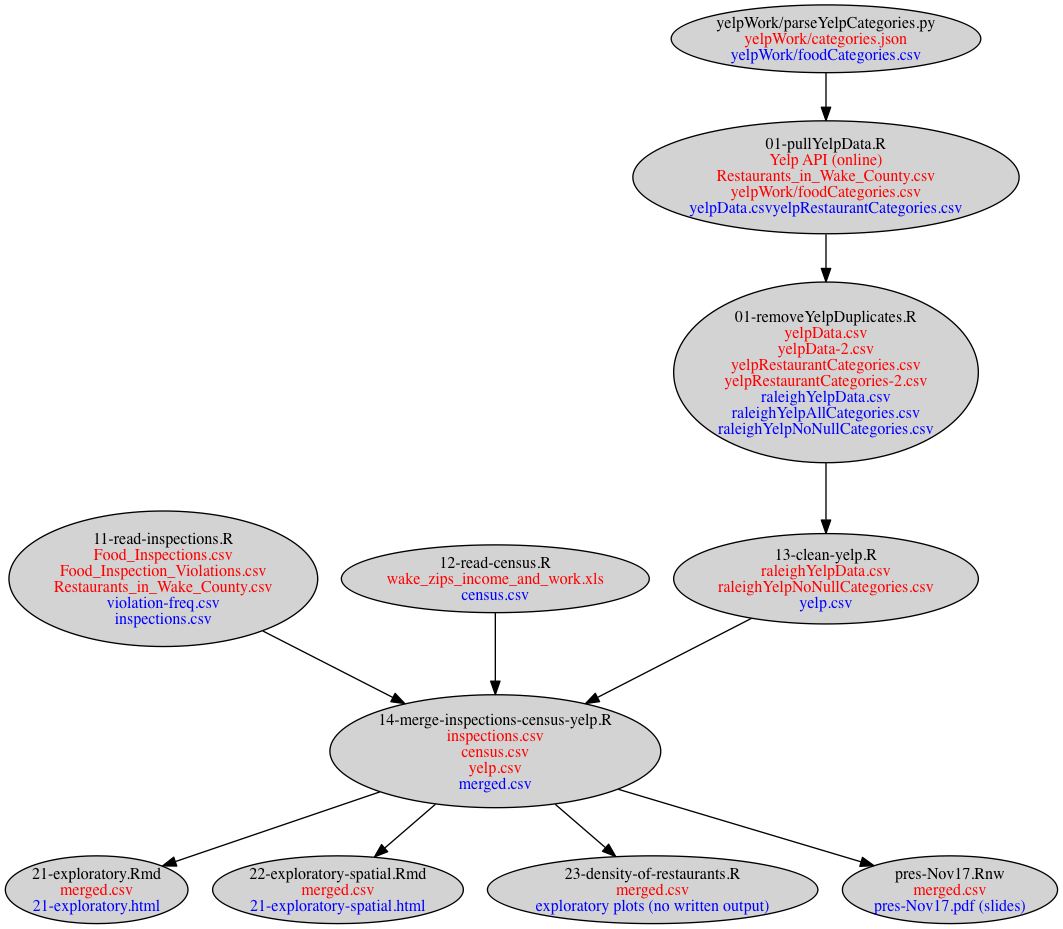
Earlier version of the Graphviz export raleigh/doc/workflow.png (iscoe/restaurant_inspections). Its source is kept beside it as raleigh/doc/workflow.dot. The source it was exported from:
```dot
digraph Workflow {
  # Nodes.

  {
  ratio = "compress"
  nodesep = 0.1

  # Nodes
  node [margin=0 fontcolor=black fontsize=12 width=0.5 shape=ellipse style=filled]

  readInspections [label=<11-read-inspections.R<br/>
<font color="red">Food_Inspections.csv</font><br/>
<font color="red">Food_Inspection_Violations.csv</font><br/>
<font color="red">Restaurants_in_Wake_County.csv</font><br/>
<font color="blue">violation-freq.csv</font><br/>
<font color="blue">inspections.csv</font>>]
  readCensus [label=<12-read-census.R<br/>
<font color="red">wake_zips_income_and_work.xls</font><br/>
<font color="blue">census.csv</font>>]
  yelpWork [label=<yelpWork/parseYelpCategories.py<br/>
<font color="red">yelpWork/categories.json</font><br/>
<font color="blue">yelpWork/foodCategories.csv</font>>]
  pullYelp [label=<01-pullYelpData.R<br/>
<font color="red">Yelp API (online)</font><br/>
<font color="red">Restaurants_in_Wake_County.csv</font><br/>
<font color="red">yelpWork/foodCategories.csv</font><br/>
<font color="blue">yelpData.csv</font>
<font color="blue">yelpRestaurantCategories.csv</font>
>]
  removeYelpDuplicates [label=<01-removeYelpDuplicates.R<br/>
<font color="red">yelpData.csv</font><br/>
<font color="red">yelpData-2.csv</font><br/>
<font color="red">yelpRestaurantCategories.csv</font><br/>
<font color="red">yelpRestaurantCategories-2.csv</font><br/>
<font color="blue">raleighYelpData.csv</font><br/>
<font color="blue">raleighYelpAllCategories.csv</font><br/>
<font color="blue">raleighYelpNoNullCategories.csv</font>
>]
  cleanYelp [label=<13-clean-yelp.R<br/>
<font color="red">raleighYelpData.csv</font><br/>
<font color="red">raleighYelpNoNullCategories.csv</font><br/>
<font color="blue">yelp.csv</font>>]
  mergeInspectionsCensusYelp [label=<14-merge-inspections-census-yelp.R<br/>
<font color="red">inspections.csv</font><br/>
<font color="red">census.csv</font><br/>
<font color="red">yelp.csv</font><br/>
<font color="blue">merged.csv</font>>]
  exploratory [label=<21-exploratory.Rmd<br/>
<font color="red">merged.csv</font><br/>
<font color="blue">21-exploratory.html</font>>]
  exploratorySpatial [label=<22-exploratory-spatial.Rmd<br/>
<font color="red">merged.csv</font><br/>
<font color="blue">21-exploratory-spatial.html</font>>]
  restaurantDensity [label=<23-density-of-restaurants.R<br/>
<font color="red">merged.csv</font><br/>
<font color="blue">exploratory plots (no written output)</font>>]
  presNov17 [label=<pres-Nov17.Rnw<br/>
<font color="red">merged.csv</font><br/>
<font color="blue">pres-Nov17.pdf (slides)</font>>]
  }

  # Edges.

  yelpWork -> pullYelp
  pullYelp -> removeYelpDuplicates
  removeYelpDuplicates -> cleanYelp
  readInspections -> mergeInspectionsCensusYelp
  readCensus -> mergeInspectionsCensusYelp
  cleanYelp -> mergeInspectionsCensusYelp
  mergeInspectionsCensusYelp -> exploratory
  mergeInspectionsCensusYelp -> exploratorySpatial
  mergeInspectionsCensusYelp -> restaurantDensity
  mergeInspectionsCensusYelp -> presNov17

}
```
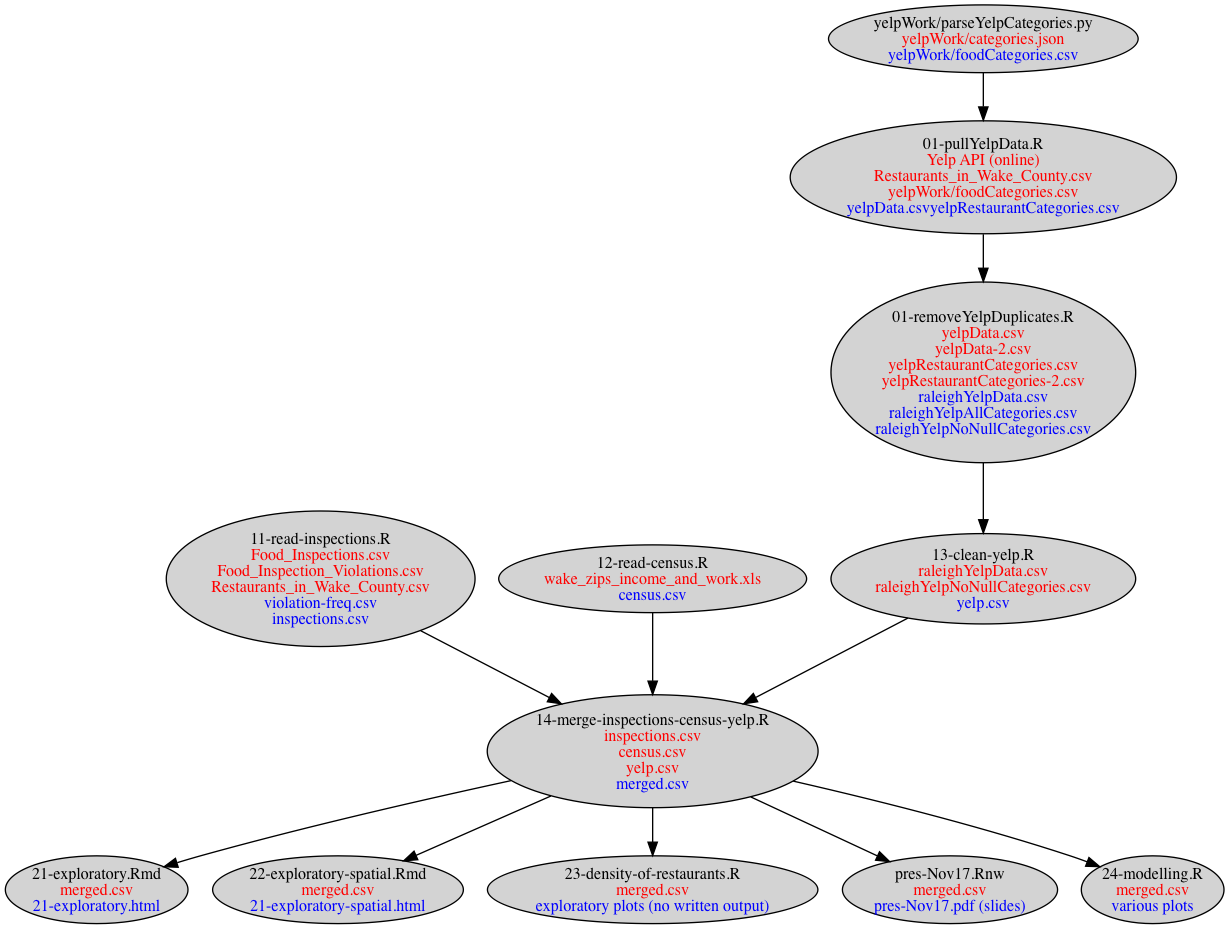
After the commit.

The edit, as a diff of the source:
```diff
@@ -57,6 +57,9 @@
   presNov17 [label=<pres-Nov17.Rnw<br/>
 <font color="red">merged.csv</font><br/>
 <font color="blue">pres-Nov17.pdf (slides)</font>>]
+  modelling [label=<24-modelling.R<br/>
+<font color="red">merged.csv</font><br/>
+<font color="blue">various plots</font>>]
   }
 
   # Edges.
@@ -71,5 +74,6 @@
   mergeInspectionsCensusYelp -> exploratorySpatial
   mergeInspectionsCensusYelp -> restaurantDensity
   mergeInspectionsCensusYelp -> presNov17
+  mergeInspectionsCensusYelp -> modelling
 
 }
```
